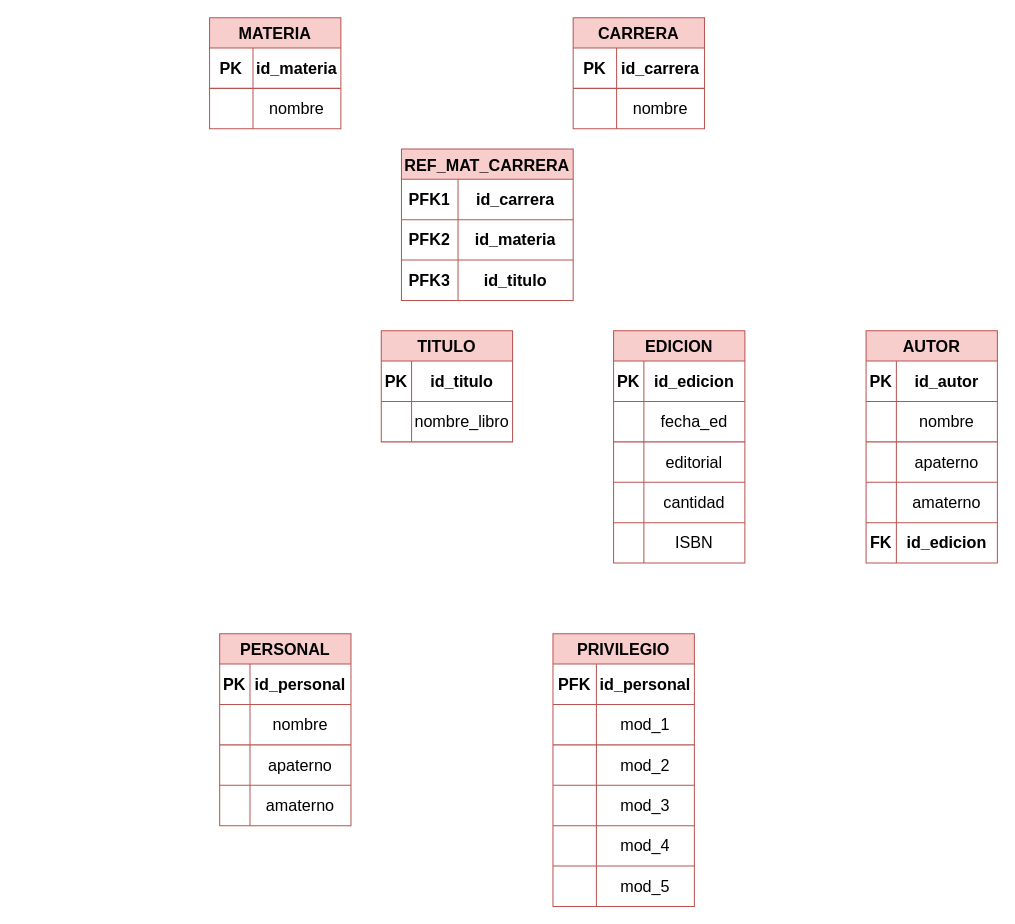
Before: Modelo Logico Proyecto TBD.drawio in misiomishi/itcj, a draw.io diagram. Source tidied: cells renumbered, new cells numbered last; positions are measured from the earlier drawing's top-left corner, leaving out a move shared by most shapes. Both pictures are drawn from the tidied source at 101%, with x=0, y=0 at pixel (209, 17).
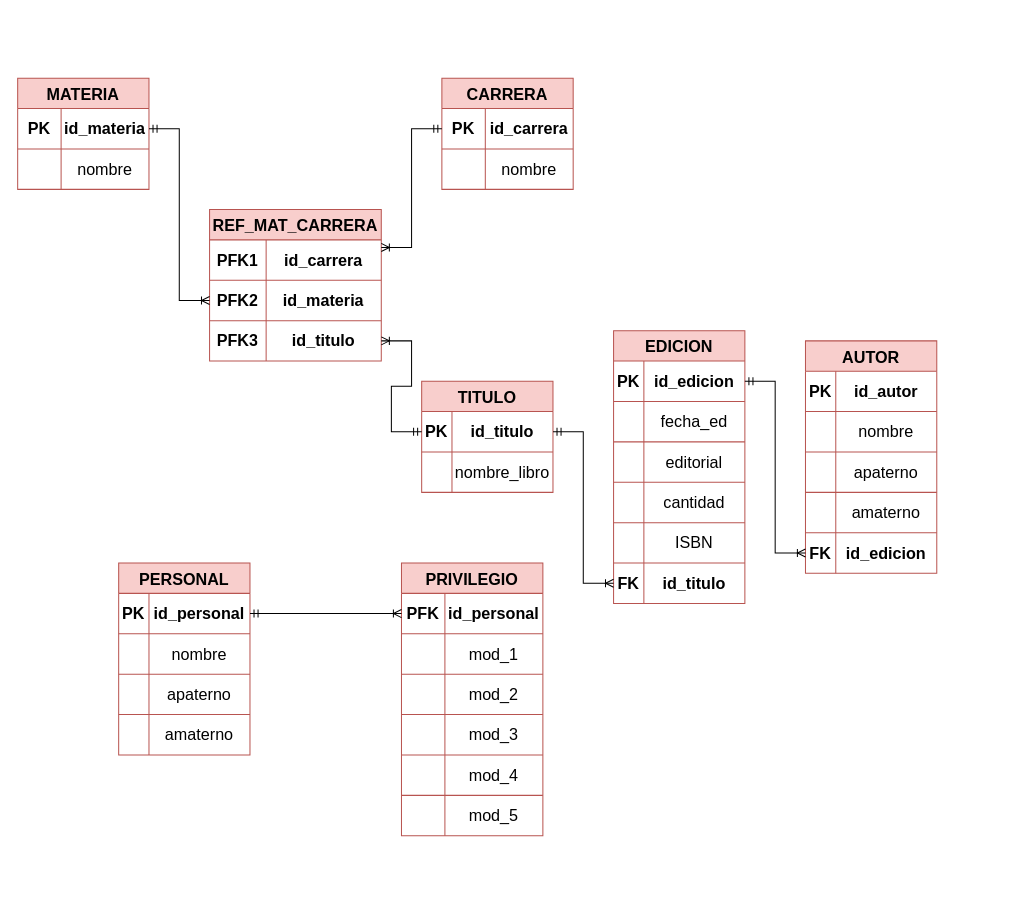
The same page after the edit.

The change refers to these unchanged cells:
```xml
<mxCell id="3" style="shape=tableRow;horizontal=0;startSize=0;swimlaneHead=0;swimlaneBody=0;strokeColor=inherit;top=0;left=0;bottom=0;right=0;fillColor=none;points=[[0,0.5],[1,0.5]];portConstraint=eastwest;fontSize=16;" parent="2" vertex="1">
  <mxGeometry y="30" width="130" height="40" as="geometry" />
</mxCell>
<mxCell id="10" style="shape=tableRow;horizontal=0;startSize=0;swimlaneHead=0;swimlaneBody=0;strokeColor=inherit;top=0;left=0;bottom=0;right=0;fillColor=none;points=[[0,0.5],[1,0.5]];portConstraint=eastwest;fontSize=16;" parent="9" vertex="1">
  <mxGeometry y="30" width="130" height="40" as="geometry" />
</mxCell>
<mxCell id="17" style="shape=tableRow;horizontal=0;startSize=0;swimlaneHead=0;swimlaneBody=0;strokeColor=inherit;top=0;left=0;bottom=0;right=0;fillColor=none;points=[[0,0.5],[1,0.5]];portConstraint=eastwest;fontSize=16;" parent="16" vertex="1">
  <mxGeometry y="30" width="130" height="40" as="geometry" />
</mxCell>
<mxCell id="27" style="shape=tableRow;horizontal=0;startSize=0;swimlaneHead=0;swimlaneBody=0;strokeColor=inherit;top=0;left=0;bottom=0;right=0;fillColor=none;points=[[0,0.5],[1,0.5]];portConstraint=eastwest;fontSize=16;fontStyle=1;" parent="23" vertex="1">
  <mxGeometry y="70" width="170" height="40" as="geometry" />
</mxCell>
<mxCell id="30" style="shape=tableRow;horizontal=0;startSize=0;swimlaneHead=0;swimlaneBody=0;strokeColor=inherit;top=0;left=0;bottom=0;right=0;fillColor=none;points=[[0,0.5],[1,0.5]];portConstraint=eastwest;fontSize=16;fontStyle=1;" parent="23" vertex="1">
  <mxGeometry y="110" width="170" height="40" as="geometry" />
</mxCell>
<mxCell id="34" style="shape=tableRow;horizontal=0;startSize=0;swimlaneHead=0;swimlaneBody=0;strokeColor=inherit;top=0;left=0;bottom=0;right=0;fillColor=none;points=[[0,0.5],[1,0.5]];portConstraint=eastwest;fontSize=16;" parent="33" vertex="1">
  <mxGeometry y="30" width="130" height="40" as="geometry" />
</mxCell>
<mxCell id="62" style="shape=tableRow;horizontal=0;startSize=0;swimlaneHead=0;swimlaneBody=0;strokeColor=inherit;top=0;left=0;bottom=0;right=0;fillColor=none;points=[[0,0.5],[1,0.5]];portConstraint=eastwest;fontSize=16;" parent="49" vertex="1">
  <mxGeometry y="190" width="130" height="40" as="geometry" />
</mxCell>
<mxCell id="66" style="shape=tableRow;horizontal=0;startSize=0;swimlaneHead=0;swimlaneBody=0;strokeColor=inherit;top=0;left=0;bottom=0;right=0;fillColor=none;points=[[0,0.5],[1,0.5]];portConstraint=eastwest;fontSize=16;" parent="65" vertex="1">
  <mxGeometry y="30" width="130" height="40" as="geometry" />
</mxCell>
<mxCell id="79" style="shape=tableRow;horizontal=0;startSize=0;swimlaneHead=0;swimlaneBody=0;strokeColor=inherit;top=0;left=0;bottom=0;right=0;fillColor=none;points=[[0,0.5],[1,0.5]];portConstraint=eastwest;fontSize=16;" parent="78" vertex="1">
  <mxGeometry y="30" width="140" height="40" as="geometry" />
</mxCell>
```

The edit, as a diff of the source:
```diff
@@
     <mxCell id="2" value="MATERIA" style="shape=table;startSize=30;childLayout=tableLayout;strokeColor=#b85450;fontSize=16;fillColor=#f8cecc;fontStyle=1;" parent="1" vertex="1">
-      <mxGeometry width="130" height="110" as="geometry" />
+      <mxGeometry x="-190" y="60" width="130" height="110" as="geometry" />
     </mxCell>
@@
     <mxCell id="9" value="CARRERA" style="shape=table;startSize=30;childLayout=tableLayout;strokeColor=#b85450;fontSize=16;fillColor=#f8cecc;fontStyle=1;" parent="1" vertex="1">
-      <mxGeometry x="360" width="130" height="110" as="geometry" />
+      <mxGeometry x="230" y="60" width="130" height="110" as="geometry" />
     </mxCell>
@@
     <mxCell id="16" value="TITULO" style="shape=table;startSize=30;childLayout=tableLayout;strokeColor=#b85450;fontSize=16;fillColor=#f8cecc;fontStyle=1;" parent="1" vertex="1">
-      <mxGeometry x="170" y="310" width="130" height="110" as="geometry" />
+      <mxGeometry x="210" y="360" width="130" height="110" as="geometry" />
     </mxCell>
@@
     <mxCell id="23" value="REF_MAT_CARRERA" style="shape=table;startSize=30;childLayout=tableLayout;strokeColor=#b85450;fontSize=16;fillColor=#f8cecc;fontStyle=1;" parent="1" vertex="1">
-      <mxGeometry x="190" y="130" width="170" height="150" as="geometry" />
+      <mxGeometry y="190" width="170" height="150" as="geometry" />
     </mxCell>
@@
     <mxCell id="33" value="EDICION" style="shape=table;startSize=30;childLayout=tableLayout;strokeColor=#b85450;fontSize=16;fillColor=#f8cecc;fontStyle=1;" parent="1" vertex="1">
-      <mxGeometry x="400" y="310" width="130" height="230" as="geometry" />
+      <mxGeometry x="400" y="310" width="130" height="270" as="geometry" />
     </mxCell>
@@
+    <mxCell id="97" style="shape=tableRow;horizontal=0;startSize=0;swimlaneHead=0;swimlaneBody=0;strokeColor=inherit;top=0;left=0;bottom=0;right=0;fillColor=none;points=[[0,0.5],[1,0.5]];portConstraint=eastwest;fontSize=16;" parent="33" vertex="1">
+      <mxGeometry y="230" width="130" height="40" as="geometry" />
+    </mxCell>
+    <mxCell id="98" value="FK" style="shape=partialRectangle;html=1;whiteSpace=wrap;strokeColor=inherit;overflow=hidden;fillColor=none;top=0;left=0;bottom=0;right=0;fontSize=16;fontStyle=1;" parent="97" vertex="1">
+      <mxGeometry width="30" height="40" as="geometry" />
+    </mxCell>
+    <mxCell id="99" value="id_titulo" style="shape=partialRectangle;html=1;whiteSpace=wrap;strokeColor=inherit;overflow=hidden;fillColor=none;top=0;left=0;bottom=0;right=0;fontSize=16;fontStyle=1;" parent="97" vertex="1">
+      <mxGeometry x="30" width="100" height="40" as="geometry" />
+    </mxCell>
     <mxCell id="49" value="AUTOR" style="shape=table;startSize=30;childLayout=tableLayout;strokeColor=#b85450;fontSize=16;fillColor=#f8cecc;fontStyle=1;" parent="1" vertex="1">
-      <mxGeometry x="650" y="310" width="130" height="230" as="geometry" />
+      <mxGeometry x="590" y="320" width="130" height="230" as="geometry" />
     </mxCell>
@@
     <mxCell id="65" value="PERSONAL" style="shape=table;startSize=30;childLayout=tableLayout;strokeColor=#b85450;fontSize=16;fillColor=#f8cecc;fontStyle=1;" parent="1" vertex="1">
-      <mxGeometry x="10" y="610" width="130" height="190" as="geometry" />
+      <mxGeometry x="-90" y="540" width="130" height="190" as="geometry" />
     </mxCell>
@@
     <mxCell id="78" value="PRIVILEGIO" style="shape=table;startSize=30;childLayout=tableLayout;strokeColor=#b85450;fontSize=16;fillColor=#f8cecc;fontStyle=1;" parent="1" vertex="1">
-      <mxGeometry x="340" y="610" width="140" height="270" as="geometry" />
+      <mxGeometry x="190" y="540" width="140" height="270" as="geometry" />
     </mxCell>
@@
+    <mxCell id="100" style="edgeStyle=entityRelationEdgeStyle;fontSize=12;html=1;endArrow=ERoneToMany;startArrow=ERmandOne;rounded=0;exitX=1;exitY=0.5;exitDx=0;exitDy=0;entryX=0;entryY=0.5;entryDx=0;entryDy=0;" parent="1" edge="1" source="34" target="62">
+      <mxGeometry relative="1" as="geometry" />
+    </mxCell>
+    <mxCell id="101" style="edgeStyle=entityRelationEdgeStyle;fontSize=12;html=1;endArrow=ERoneToMany;startArrow=ERmandOne;rounded=0;exitX=1;exitY=0.5;exitDx=0;exitDy=0;entryX=0;entryY=0.5;entryDx=0;entryDy=0;" parent="1" edge="1" source="17" target="97">
+      <mxGeometry relative="1" as="geometry" />
+    </mxCell>
+    <mxCell id="102" style="edgeStyle=entityRelationEdgeStyle;fontSize=12;html=1;endArrow=ERoneToMany;startArrow=ERmandOne;rounded=0;exitX=1;exitY=0.5;exitDx=0;exitDy=0;entryX=0;entryY=0.5;entryDx=0;entryDy=0;" parent="1" edge="1" source="3" target="27">
+      <mxGeometry relative="1" as="geometry" />
+    </mxCell>
+    <mxCell id="103" style="edgeStyle=entityRelationEdgeStyle;fontSize=12;html=1;endArrow=ERoneToMany;startArrow=ERmandOne;rounded=0;exitX=0;exitY=0.5;exitDx=0;exitDy=0;entryX=1;entryY=0.25;entryDx=0;entryDy=0;" parent="1" edge="1" source="10" target="23">
+      <mxGeometry relative="1" as="geometry" />
+    </mxCell>
+    <mxCell id="104" style="edgeStyle=entityRelationEdgeStyle;fontSize=12;html=1;endArrow=ERoneToMany;startArrow=ERmandOne;rounded=0;exitX=1;exitY=0.5;exitDx=0;exitDy=0;entryX=0;entryY=0.5;entryDx=0;entryDy=0;" parent="1" edge="1" source="66" target="79">
+      <mxGeometry relative="1" as="geometry" />
+    </mxCell>
+    <mxCell id="105" style="edgeStyle=entityRelationEdgeStyle;fontSize=12;html=1;endArrow=ERoneToMany;startArrow=ERmandOne;rounded=0;exitX=0;exitY=0.5;exitDx=0;exitDy=0;entryX=1;entryY=0.5;entryDx=0;entryDy=0;" parent="1" edge="1" source="17" target="30">
+      <mxGeometry relative="1" as="geometry" />
+    </mxCell>
```
